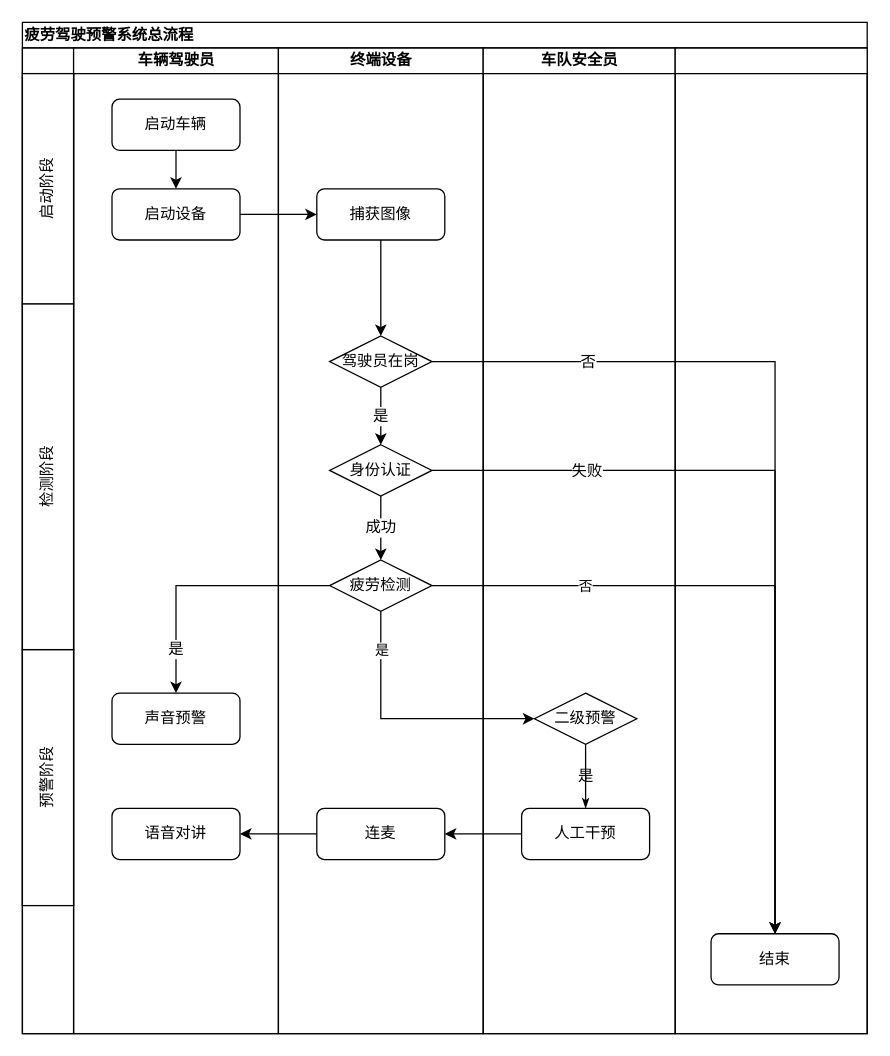
Above: page "总流程" (1 of 3) of 疲劳驾驶检测与预警系统总流程.drawio in Flhawker/Flow (draw.io), before the change. Source tidied: cells renumbered, new cells numbered last; positions are measured from the earlier drawing's top-left corner, leaving out a move shared by most shapes. Both pictures are drawn from the tidied source at 128%, with x=0, y=0 at pixel (22, 22).
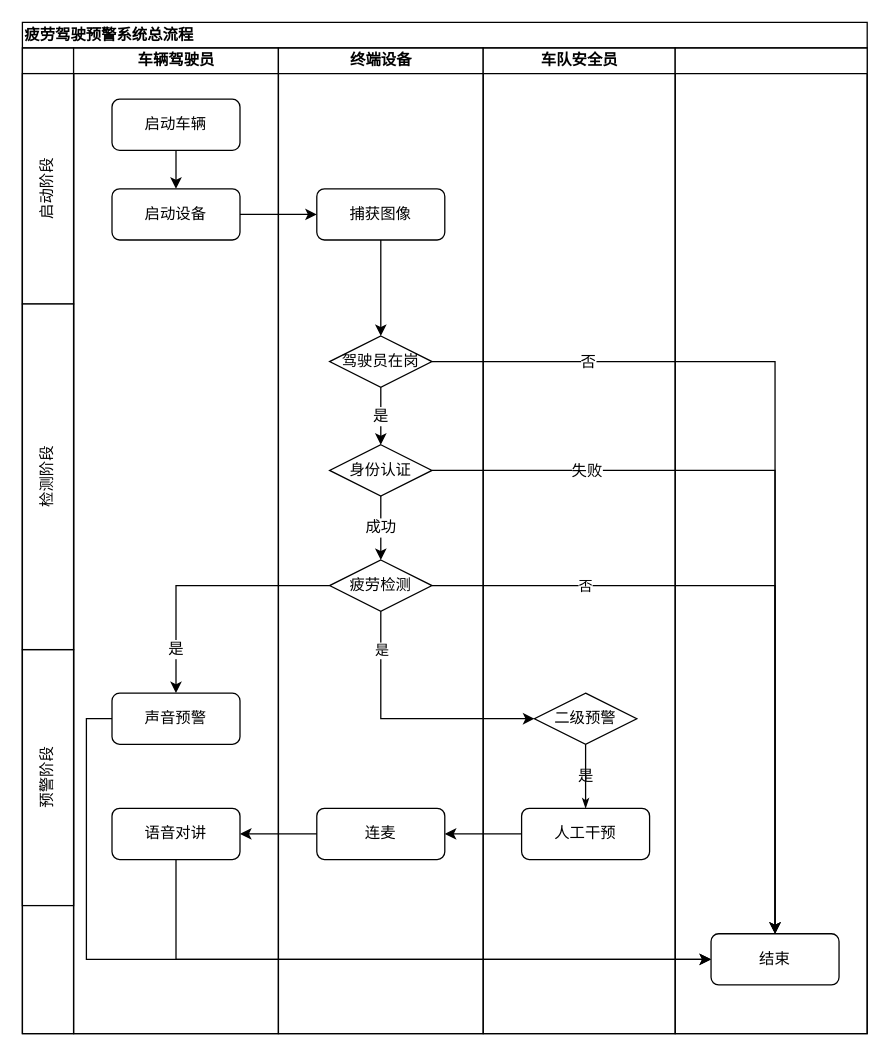
Above is the later version.

Commit message:
Update 疲劳驾驶检测与预警系统总流程.drawio

Unchanged cells that the change refers to:
```xml
<mxCell id="2" value="疲劳驾驶预警系统总流程" style="swimlane;html=1;startSize=20;rounded=0;shadow=0;labelBackgroundColor=none;strokeWidth=1;fontFamily=Verdana;fontSize=12;align=left;" parent="1" vertex="1">
  <mxGeometry width="660" height="790" as="geometry" />
</mxCell>
<mxCell id="11" value="声音预警" style="rounded=1;whiteSpace=wrap;html=1;shadow=0;labelBackgroundColor=none;strokeWidth=1;fontFamily=Verdana;fontSize=12;align=center;imageHeight=24;" parent="7" vertex="1">
  <mxGeometry x="30" y="504" width="100" height="40" as="geometry" />
</mxCell>
<mxCell id="12" value="语音对讲" style="rounded=1;whiteSpace=wrap;html=1;shadow=0;labelBackgroundColor=none;strokeWidth=1;fontFamily=Verdana;fontSize=12;align=center;imageHeight=24;" parent="7" vertex="1">
  <mxGeometry x="30" y="594" width="100" height="40" as="geometry" />
</mxCell>
<mxCell id="31" value="结束" style="rounded=1;whiteSpace=wrap;html=1;shadow=0;labelBackgroundColor=none;strokeWidth=1;fontFamily=Verdana;fontSize=12;align=center;imageHeight=24;" parent="30" vertex="1">
  <mxGeometry x="28" y="692" width="100" height="40" as="geometry" />
</mxCell>
```

The edit, as a diff of the source:
```diff
@@
+    <mxCell id="40" style="edgeStyle=orthogonalEdgeStyle;rounded=0;jettySize=auto;html=1;exitX=0;exitY=0.5;exitDx=0;exitDy=0;entryX=0;entryY=0.5;entryDx=0;entryDy=0;" parent="2" edge="1" source="11" target="31">
+      <mxGeometry relative="1" as="geometry" />
+    </mxCell>
+    <mxCell id="41" style="edgeStyle=orthogonalEdgeStyle;rounded=0;jettySize=auto;html=1;exitX=0.5;exitY=1;exitDx=0;exitDy=0;entryX=0;entryY=0.5;entryDx=0;entryDy=0;" parent="2" edge="1" source="12" target="31">
+      <mxGeometry relative="1" as="geometry" />
+    </mxCell>
```
